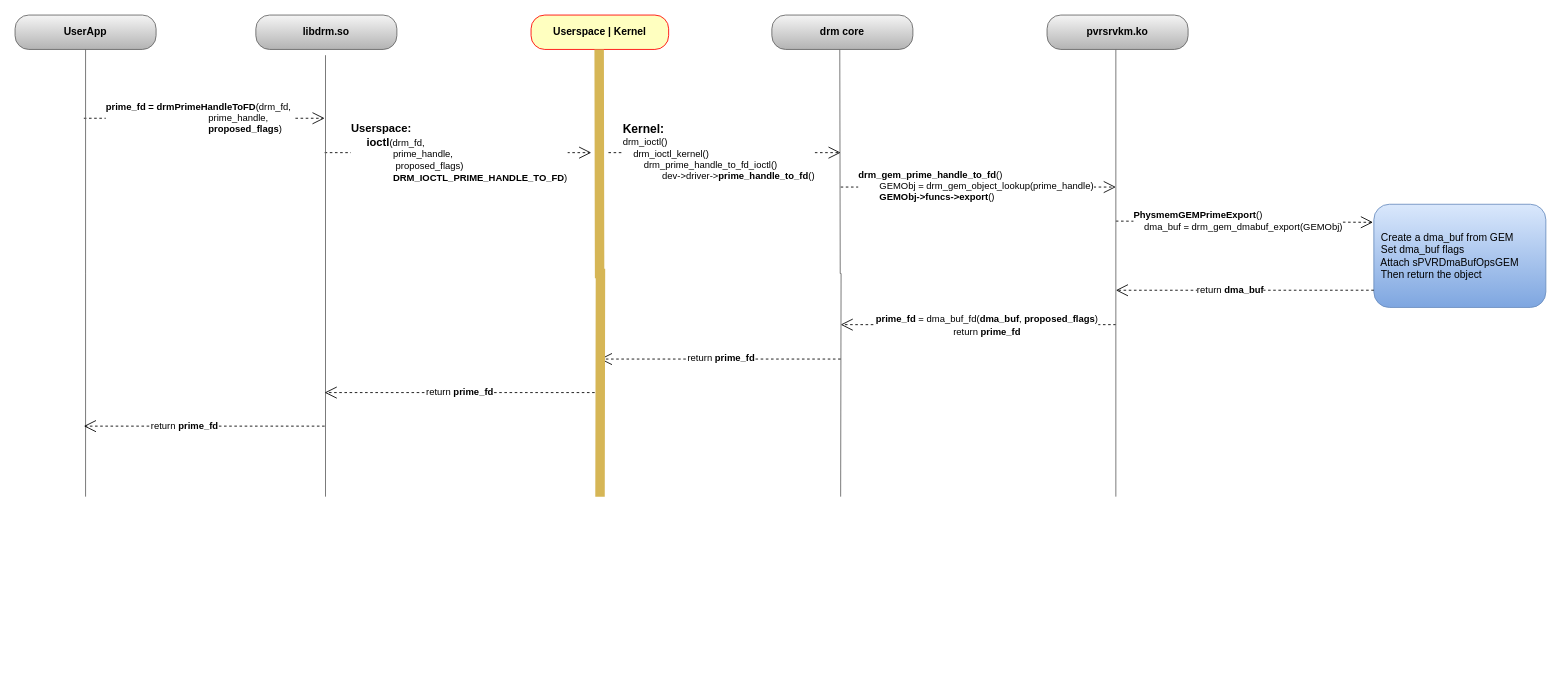
faijurrahman/kernel-mainline keeps this draw.io diagram as diagram/graphics/GEMExport.drawio. Above is the earlier version. Source tidied: cells renumbered, new cells numbered last; positions are measured from the earlier drawing's top-left corner, leaving out a move shared by most shapes. Both pictures are drawn from the tidied source at 86%, with x=0, y=0 at pixel (15, 15).
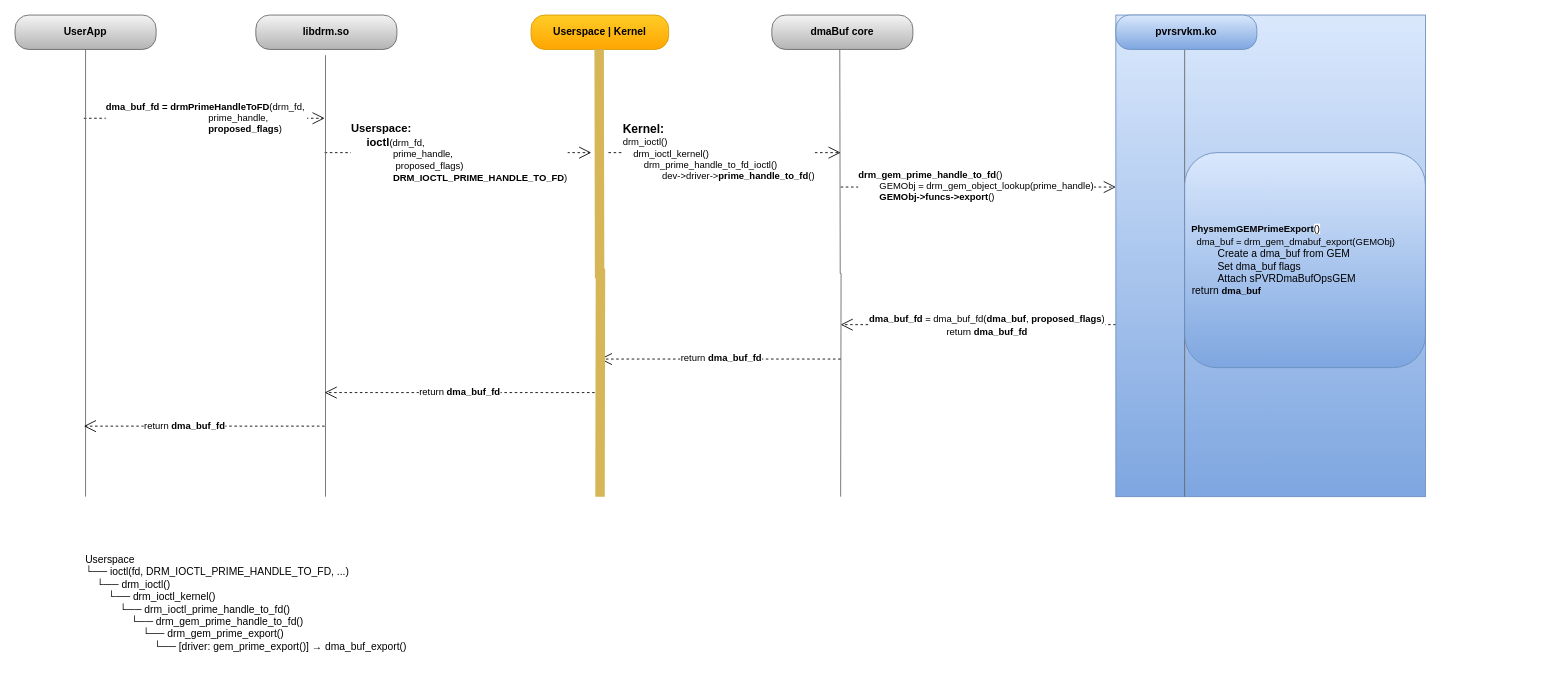
The same diagram, later.

Unchanged cells that the change refers to:
```xml
<mxCell id="16" style="endArrow=open;endSize=12;dashed=1;html=1;rounded=0;" parent="1" edge="1">
  <mxGeometry relative="1" as="geometry">
    <mxPoint x="680" y="439" as="sourcePoint" />
    <mxPoint x="360" y="439" as="targetPoint" />
  </mxGeometry>
</mxCell>
<mxCell id="18" style="endArrow=open;endSize=12;dashed=1;html=1;rounded=0;" parent="1" edge="1">
  <mxGeometry relative="1" as="geometry">
    <mxPoint x="360" y="478" as="sourcePoint" />
    <mxPoint x="80" y="478" as="targetPoint" />
  </mxGeometry>
</mxCell>
<mxCell id="22" style="endArrow=open;endSize=12;dashed=1;html=1;rounded=0;" parent="1" edge="1">
  <mxGeometry relative="1" as="geometry">
    <mxPoint x="1280" y="360" as="sourcePoint" />
    <mxPoint x="960" y="360" as="targetPoint" />
  </mxGeometry>
</mxCell>
<mxCell id="24" style="group;" parent="1" vertex="1">
  <mxGeometry x="880" width="164" height="560" as="geometry" />
</mxCell>
<mxCell id="27" style="endArrow=open;endSize=12;dashed=1;html=1;rounded=0;" parent="24" edge="1">
  <mxGeometry relative="1" as="geometry">
    <mxPoint x="80" y="400" as="sourcePoint" />
    <mxPoint x="-200" y="400" as="targetPoint" />
  </mxGeometry>
</mxCell>
<mxCell id="32" style="group;" parent="1" vertex="1">
  <mxGeometry x="600" width="160" height="560" as="geometry" />
</mxCell>
```

The edit, as a diff of the source:
```diff
@@
-    <mxCell id="2" value="&lt;b style=&quot;text-align: center;&quot;&gt;prime_fd =&amp;nbsp;&lt;/b&gt;&lt;b&gt;drmPrimeHandleToFD&lt;/b&gt;(drm_fd,&amp;nbsp;&lt;div&gt;&amp;nbsp; &amp;nbsp; &amp;nbsp; &amp;nbsp; &amp;nbsp; &amp;nbsp; &amp;nbsp; &amp;nbsp; &amp;nbsp; &amp;nbsp; &amp;nbsp; &amp;nbsp; &amp;nbsp; &amp;nbsp; &amp;nbsp; &amp;nbsp; &amp;nbsp; &amp;nbsp; &amp;nbsp; &amp;nbsp;prime_handle,&amp;nbsp;&lt;/div&gt;&lt;div&gt;&amp;nbsp; &amp;nbsp; &amp;nbsp; &amp;nbsp; &amp;nbsp; &amp;nbsp; &amp;nbsp; &amp;nbsp; &amp;nbsp; &amp;nbsp; &amp;nbsp; &amp;nbsp; &amp;nbsp; &amp;nbsp; &amp;nbsp; &amp;nbsp; &amp;nbsp; &amp;nbsp; &amp;nbsp; &amp;nbsp;&lt;b&gt;proposed_flags&lt;/b&gt;)&lt;/div&gt;" style="endArrow=open;endSize=12;dashed=1;html=1;rounded=0;align=left;" parent="1" edge="1">
+    <mxCell id="2" value="&lt;b style=&quot;text-align: center;&quot;&gt;dma_buf_fd&lt;/b&gt;&lt;b style=&quot;text-align: center;&quot;&gt;&amp;nbsp;=&amp;nbsp;&lt;/b&gt;&lt;b&gt;drmPrimeHandleToFD&lt;/b&gt;(drm_fd,&amp;nbsp;&lt;div&gt;&amp;nbsp; &amp;nbsp; &amp;nbsp; &amp;nbsp; &amp;nbsp; &amp;nbsp; &amp;nbsp; &amp;nbsp; &amp;nbsp; &amp;nbsp; &amp;nbsp; &amp;nbsp; &amp;nbsp; &amp;nbsp; &amp;nbsp; &amp;nbsp; &amp;nbsp; &amp;nbsp; &amp;nbsp; &amp;nbsp;prime_handle,&amp;nbsp;&lt;/div&gt;&lt;div&gt;&amp;nbsp; &amp;nbsp; &amp;nbsp; &amp;nbsp; &amp;nbsp; &amp;nbsp; &amp;nbsp; &amp;nbsp; &amp;nbsp; &amp;nbsp; &amp;nbsp; &amp;nbsp; &amp;nbsp; &amp;nbsp; &amp;nbsp; &amp;nbsp; &amp;nbsp; &amp;nbsp; &amp;nbsp; &amp;nbsp;&lt;b&gt;proposed_flags&lt;/b&gt;)&lt;/div&gt;" style="endArrow=open;endSize=12;dashed=1;html=1;rounded=0;align=left;" parent="1" edge="1">
       <mxGeometry x="-0.83" relative="1" as="geometry">
         <mxPoint x="80" y="120" as="sourcePoint" />
         <mxPoint x="360" y="120" as="targetPoint" />
       </mxGeometry>
     </mxCell>
-    <mxCell id="3" style="endArrow=open;endSize=12;dashed=1;html=1;rounded=0;entryX=-0.005;entryY=0.175;entryDx=0;entryDy=0;entryPerimeter=0;" parent="1" edge="1" target="5">
-      <mxGeometry relative="1" as="geometry">
-        <mxPoint x="1280" y="239.6" as="sourcePoint" />
-      </mxGeometry>
-    </mxCell>
-    <mxCell id="4" value="&lt;b&gt;PhysmemGEMPrimeExport&lt;/b&gt;()&lt;div&gt;&amp;nbsp; &amp;nbsp;&amp;nbsp;dma_buf = drm_gem_dmabuf_export(GEMObj)&lt;/div&gt;" style="edgeLabel;html=1;align=left;verticalAlign=middle;" parent="3" vertex="1">
-      <mxGeometry x="-0.03" y="2" relative="1" as="geometry">
-        <mxPoint x="-126" as="offset" />
-      </mxGeometry>
-    </mxCell>
-    <mxCell id="5" value="&lt;div&gt;&amp;nbsp; Create a dma_buf from GEM&lt;/div&gt;&lt;div&gt;&amp;nbsp; Set dma_buf flags&lt;/div&gt;&lt;div&gt;&amp;nbsp; Attach sPVRDmaBufOpsGEM&lt;/div&gt;&lt;div&gt;&amp;nbsp; Then return the object&lt;/div&gt;" style="rounded=1;whiteSpace=wrap;html=1;align=left;fillColor=#dae8fc;gradientColor=#7ea6e0;strokeColor=#6c8ebf;" parent="1" vertex="1">
-      <mxGeometry x="1580" y="220" width="200" height="120" as="geometry" />
-    </mxCell>
@@
-    <mxCell id="14" style="endArrow=open;endSize=12;dashed=1;html=1;rounded=0;exitX=0;exitY=0.833;exitDx=0;exitDy=0;exitPerimeter=0;" parent="1" edge="1" source="5">
-      <mxGeometry relative="1" as="geometry">
-        <mxPoint x="1280" y="320" as="targetPoint" />
-      </mxGeometry>
-    </mxCell>
-    <mxCell id="15" value="return &lt;b&gt;dma_buf&lt;/b&gt;" style="edgeLabel;html=1;align=center;verticalAlign=middle;" parent="14" vertex="1">
-      <mxGeometry x="0.12" relative="1" as="geometry" />
-    </mxCell>
@@
-    <mxCell id="17" value="return &lt;b&gt;prime_fd&lt;/b&gt;" style="edgeLabel;html=1;align=center;verticalAlign=middle;" parent="16" vertex="1">
+    <mxCell id="17" value="return&amp;nbsp;&lt;b&gt;dma_buf_fd&lt;/b&gt;" style="edgeLabel;html=1;align=center;verticalAlign=middle;" parent="16" vertex="1">
       <mxGeometry x="0.16" y="-2" relative="1" as="geometry">
         <mxPoint x="22" as="offset" />
       </mxGeometry>
     </mxCell>
@@
-    <mxCell id="19" value="return &lt;b&gt;prime_fd&lt;/b&gt;" style="edgeLabel;html=1;align=center;verticalAlign=middle;" parent="18" vertex="1">
+    <mxCell id="19" value="return&amp;nbsp;&lt;b&gt;dma_buf_fd&lt;/b&gt;" style="edgeLabel;html=1;align=center;verticalAlign=middle;" parent="18" vertex="1">
       <mxGeometry x="0.17" y="-1" relative="1" as="geometry" />
     </mxCell>
@@
-    <mxCell id="23" value="&lt;div&gt;&lt;b&gt;prime_fd&lt;/b&gt; = dma_buf_fd(&lt;b&gt;dma_buf&lt;/b&gt;,&amp;nbsp;&lt;b style=&quot;text-align: left;&quot;&gt;proposed_flags&lt;/b&gt;)&lt;/div&gt;&lt;div&gt;return&amp;nbsp;&lt;span style=&quot;background-color: light-dark(#ffffff, var(--ge-dark-color, #121212)); color: light-dark(rgb(0, 0, 0), rgb(255, 255, 255));&quot;&gt;&lt;b&gt;prime_fd&lt;/b&gt;&lt;/span&gt;&lt;/div&gt;" style="edgeLabel;html=1;align=center;verticalAlign=middle;" parent="22" vertex="1">
+    <mxCell id="23" value="&lt;div&gt;&lt;b style=&quot;color: light-dark(rgb(0, 0, 0), rgb(255, 255, 255));&quot;&gt;dma_buf_fd&lt;/b&gt;&amp;nbsp;= dma_buf_fd(&lt;b&gt;dma_buf&lt;/b&gt;,&amp;nbsp;&lt;b style=&quot;text-align: left;&quot;&gt;proposed_flags&lt;/b&gt;)&lt;/div&gt;&lt;div&gt;return&amp;nbsp;&lt;b style=&quot;color: light-dark(rgb(0, 0, 0), rgb(255, 255, 255));&quot;&gt;dma_buf_fd&lt;/b&gt;&lt;/div&gt;" style="edgeLabel;html=1;align=center;verticalAlign=middle;" parent="22" vertex="1">
       <mxGeometry x="0.02" relative="1" as="geometry">
         <mxPoint x="12" as="offset" />
       </mxGeometry>
     </mxCell>
@@
-    <mxCell id="26" value="&lt;b&gt;drm core&lt;/b&gt;" style="rounded=1;whiteSpace=wrap;html=1;arcSize=40;fillColor=#f5f5f5;strokeColor=#666666;gradientColor=#b3b3b3;" parent="24" vertex="1">
+    <mxCell id="26" value="&lt;b&gt;dmaBuf core&lt;/b&gt;" style="rounded=1;whiteSpace=wrap;html=1;arcSize=40;fillColor=#f5f5f5;strokeColor=#666666;gradientColor=#b3b3b3;" parent="24" vertex="1">
       <mxGeometry width="164" height="40" as="geometry" />
     </mxCell>
@@
-    <mxCell id="28" value="return &lt;b&gt;prime_fd&lt;/b&gt;" style="edgeLabel;html=1;align=center;verticalAlign=middle;" parent="27" vertex="1">
+    <mxCell id="28" value="return&amp;nbsp;&lt;b&gt;dma_buf_fd&lt;/b&gt;" style="edgeLabel;html=1;align=center;verticalAlign=middle;" parent="27" vertex="1">
       <mxGeometry x="0.16" y="-2" relative="1" as="geometry">
         <mxPoint x="22" as="offset" />
       </mxGeometry>
     </mxCell>
-    <mxCell id="29" style="group;" parent="1" vertex="1">
-      <mxGeometry x="1200" width="164" height="560" as="geometry" />
+    <mxCell id="29" style="group;fillColor=#dae8fc;gradientColor=#7ea6e0;strokeColor=#6c8ebf;" parent="1" vertex="1">
+      <mxGeometry x="1280" width="360" height="560" as="geometry" />
     </mxCell>
@@
-    <mxCell id="31" value="&lt;b&gt;pvrsrvkm.ko&lt;/b&gt;" style="rounded=1;whiteSpace=wrap;html=1;arcSize=40;fillColor=#f5f5f5;strokeColor=#666666;gradientColor=#b3b3b3;" parent="29" vertex="1">
+    <mxCell id="31" value="&lt;b&gt;pvrsrvkm.ko&lt;/b&gt;" style="rounded=1;whiteSpace=wrap;html=1;arcSize=40;fillColor=#dae8fc;strokeColor=#6c8ebf;gradientColor=#7ea6e0;" parent="29" vertex="1">
       <mxGeometry width="164" height="40" as="geometry" />
     </mxCell>
+    <mxCell id="36" value="&lt;b style=&quot;font-size: 11px; text-wrap-mode: nowrap;&quot;&gt;&amp;nbsp; PhysmemGEMPrimeExport&lt;/b&gt;&lt;span style=&quot;font-size: 11px; text-wrap-mode: nowrap; background-color: rgb(255, 255, 255);&quot;&gt;()&lt;/span&gt;&lt;div&gt;&lt;span style=&quot;font-size: 11px; text-wrap-mode: nowrap; background-color: transparent; color: light-dark(rgb(0, 0, 0), rgb(255, 255, 255));&quot;&gt;&amp;nbsp; &amp;nbsp; dma_buf = drm_gem_dmabuf_export(GEMObj)&lt;/span&gt;&amp;nbsp;&amp;nbsp;&lt;/div&gt;&lt;div&gt;&amp;nbsp; &amp;nbsp; &amp;nbsp; &amp;nbsp; &amp;nbsp; &amp;nbsp;Create a dma_buf from GEM&lt;/div&gt;&lt;div&gt;&amp;nbsp; &amp;nbsp; &amp;nbsp; &amp;nbsp; &amp;nbsp; &amp;nbsp;Set dma_buf flags&lt;/div&gt;&lt;div&gt;&amp;nbsp; &amp;nbsp; &amp;nbsp; &amp;nbsp; &amp;nbsp; &amp;nbsp;Attach sPVRDmaBufOpsGEM&lt;/div&gt;&lt;div&gt;&amp;nbsp; return&amp;nbsp;&lt;b style=&quot;background-color: transparent; color: light-dark(rgb(0, 0, 0), rgb(255, 255, 255)); text-wrap-mode: nowrap; font-size: 11px; text-align: center;&quot;&gt;dma_buf&lt;/b&gt;&lt;/div&gt;" style="rounded=1;whiteSpace=wrap;html=1;align=left;fillColor=#dae8fc;gradientColor=#7ea6e0;strokeColor=#6c8ebf;" parent="29" vertex="1">
+      <mxGeometry x="80" y="160" width="280" height="250" as="geometry" />
+    </mxCell>
@@
-    <mxCell id="33" value="&lt;b&gt;Userspace | Kernel&lt;/b&gt;" style="rounded=1;whiteSpace=wrap;html=1;arcSize=40;fontColor=#000000;fillColor=#ffffc0;strokeColor=#ff0000;" parent="32" vertex="1">
+    <mxCell id="33" value="&lt;b&gt;Userspace | Kernel&lt;/b&gt;" style="rounded=1;whiteSpace=wrap;html=1;arcSize=40;fillColor=#ffcd28;strokeColor=#d79b00;gradientColor=#ffa500;" parent="32" vertex="1">
       <mxGeometry width="160" height="40" as="geometry" />
     </mxCell>
@@
+    <mxCell id="37" value="Userspace&#10;└── ioctl(fd, DRM_IOCTL_PRIME_HANDLE_TO_FD, ...)&#10;    └── drm_ioctl()&#10;        └── drm_ioctl_kernel()&#10;            └── drm_ioctl_prime_handle_to_fd()&#10;                └── drm_gem_prime_handle_to_fd()&#10;                    └── drm_gem_prime_export()&#10;                        └── [driver: gem_prime_export()] → dma_buf_export()" style="text;whiteSpace=wrap;" parent="1" vertex="1">
+      <mxGeometry x="80" y="620" width="410" height="140" as="geometry" />
+    </mxCell>
```
